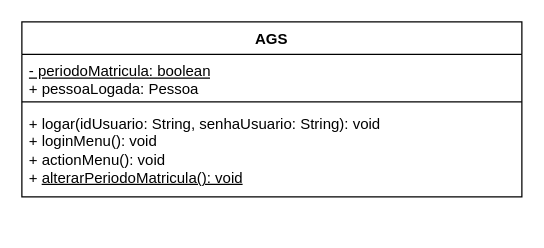
Above: projeto/diagrama_de_classes/diagrama_classe_sistema.drawio in Suvacco/AGS (draw.io), before the change. Source tidied: cells renumbered, new cells numbered last; positions are measured from the earlier drawing's top-left corner, leaving out a move shared by most shapes. Both pictures are drawn from the tidied source at 125%, with x=0, y=0 at pixel (21, 21).
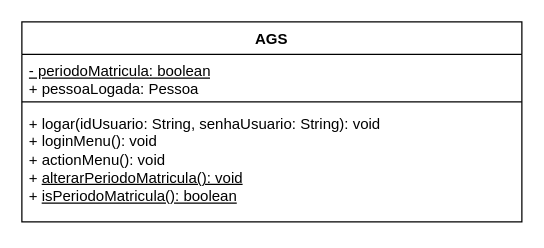
After the change.

Commit message (it also covers changes not shown here):
Diagrama de classes

The edit, as a diff of the source:
```diff
@@
 <mxGraphModel>
   <root>
     <mxCell id="0" />
     <mxCell id="1" parent="0" />
     <mxCell id="2" value="AGS" style="swimlane;fontStyle=1;align=center;verticalAlign=top;horizontal=1;startSize=26;whiteSpace=wrap;html=1;" parent="1" vertex="1">
-      <mxGeometry width="400" height="140" as="geometry" />
+      <mxGeometry width="400" height="160" as="geometry" />
     </mxCell>
     <mxCell id="3" value="&lt;div&gt;&lt;u&gt;- periodoMatricula: boolean&lt;/u&gt;&lt;br&gt;&lt;/div&gt;&lt;div&gt;+ pessoaLogada: Pessoa&lt;/div&gt;&lt;div&gt;&lt;br&gt;&lt;/div&gt;" style="text;strokeColor=none;fillColor=none;align=left;verticalAlign=top;spacingLeft=4;spacingRight=4;overflow=hidden;whiteSpace=wrap;html=1;" parent="2" vertex="1">
       <mxGeometry y="26" width="400" height="34" as="geometry" />
     </mxCell>
     <mxCell id="4" style="line;strokeWidth=1;fillColor=none;align=left;verticalAlign=middle;spacingTop=-1;spacingLeft=3;spacingRight=3;labelPosition=right;strokeColor=inherit;" parent="2" vertex="1">
       <mxGeometry y="60" width="400" height="8" as="geometry" />
     </mxCell>
-    <mxCell id="5" value="&lt;div&gt;+ logar(idUsuario: String, senhaUsuario: String): void&lt;/div&gt;&lt;div&gt;+ loginMenu(): void&lt;/div&gt;&lt;div&gt;+ actionMenu(): void&lt;/div&gt;&lt;div&gt;+ &lt;u&gt;alterarPeriodoMatricula(): void&lt;/u&gt;&lt;br&gt;&lt;/div&gt;" style="text;strokeColor=none;fillColor=none;align=left;verticalAlign=top;spacingLeft=4;spacingRight=4;overflow=hidden;whiteSpace=wrap;html=1;" parent="2" vertex="1">
-      <mxGeometry y="68" width="400" height="72" as="geometry" />
+    <mxCell id="5" value="&lt;div&gt;+ logar(idUsuario: String, senhaUsuario: String): void&lt;/div&gt;&lt;div&gt;+ loginMenu(): void&lt;/div&gt;&lt;div&gt;+ actionMenu(): void&lt;/div&gt;&lt;div&gt;+ &lt;u&gt;alterarPeriodoMatricula(): void&lt;/u&gt;&lt;/div&gt;&lt;div&gt;+ &lt;u&gt;isPeriodoMatricula(): boolean&lt;/u&gt;&lt;br&gt;&lt;/div&gt;" style="text;strokeColor=none;fillColor=none;align=left;verticalAlign=top;spacingLeft=4;spacingRight=4;overflow=hidden;whiteSpace=wrap;html=1;" parent="2" vertex="1">
+      <mxGeometry y="68" width="400" height="92" as="geometry" />
     </mxCell>
   </root>
 </mxGraphModel>
```
